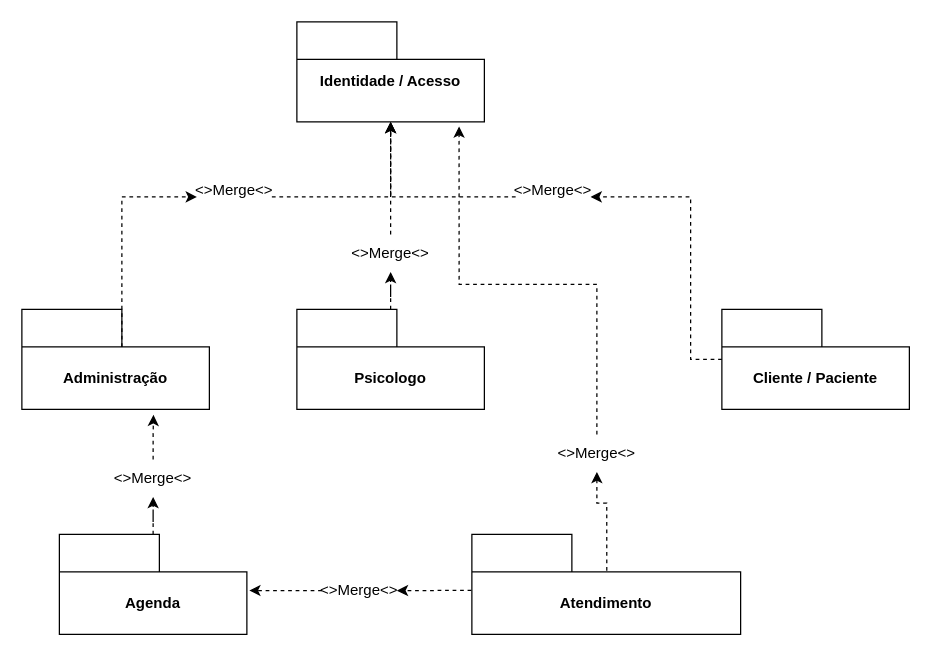
This is diagramasUnicos/diagramaDePacote.drawio from cauanpss/av3_AOO, a draw.io file, before an edit. Source tidied: cells renumbered, new cells numbered last; positions are measured from the earlier drawing's top-left corner, leaving out a move shared by most shapes. Both pictures are drawn from the tidied source at 125%, with x=0, y=0 at pixel (21, 21).
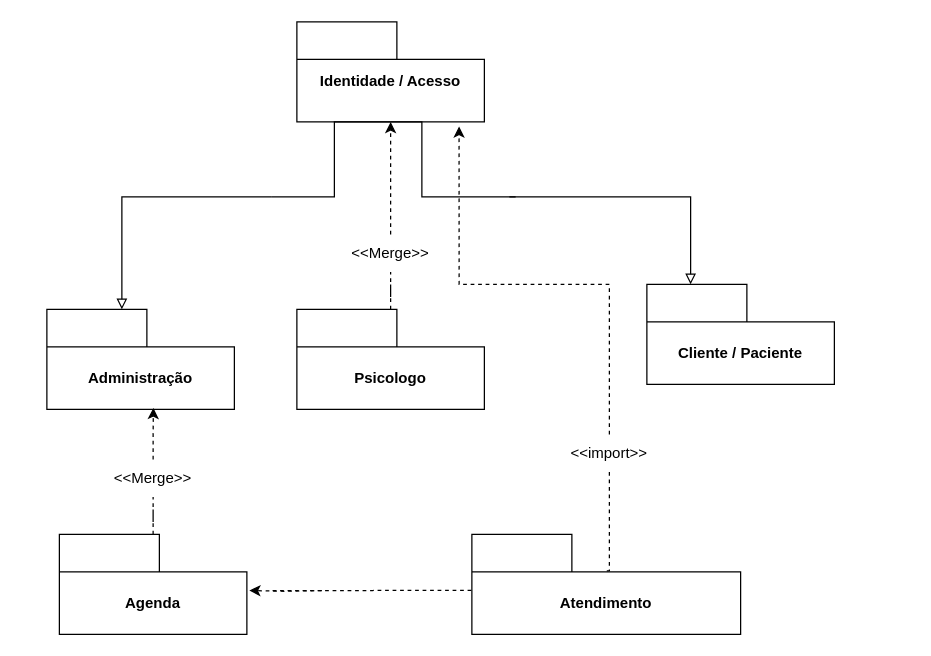
Above is the later version.

The change refers to these unchanged cells:
```xml
<mxCell id="2" value="Identidade / Acesso&lt;div&gt;&lt;br&gt;&lt;/div&gt;" style="shape=folder;fontStyle=1;tabWidth=80;tabHeight=30;tabPosition=left;html=1;boundedLbl=1;whiteSpace=wrap;" parent="1" vertex="1">
  <mxGeometry x="220" width="150" height="80" as="geometry" />
</mxCell>
<mxCell id="4" value="Psicologo" style="shape=folder;fontStyle=1;tabWidth=80;tabHeight=30;tabPosition=left;html=1;boundedLbl=1;whiteSpace=wrap;" parent="1" vertex="1">
  <mxGeometry x="220" y="230" width="150" height="80" as="geometry" />
</mxCell>
<mxCell id="8" value="Agenda" style="shape=folder;fontStyle=1;tabWidth=80;tabHeight=30;tabPosition=left;html=1;boundedLbl=1;whiteSpace=wrap;" parent="1" vertex="1">
  <mxGeometry x="30" y="410" width="150" height="80" as="geometry" />
</mxCell>
<mxCell id="10" value="Atendimento" style="shape=folder;fontStyle=1;tabWidth=80;tabHeight=30;tabPosition=left;html=1;boundedLbl=1;whiteSpace=wrap;" parent="1" vertex="1">
  <mxGeometry x="360" y="410" width="215" height="80" as="geometry" />
</mxCell>
```

Diff of the diagram source:
```diff
@@
-    <mxCell id="5" value="&amp;nbsp; " style="edgeStyle=orthogonalEdgeStyle;rounded=0;jettySize=auto;html=1;defaultLabelBackgroundColor=page;entryX=0.5;entryY=1;entryDx=0;entryDy=0;entryPerimeter=0;dashed=1;" parent="1" edge="1" source="15" target="2">
+    <mxCell id="5" value="&amp;nbsp; " style="edgeStyle=orthogonalEdgeStyle;rounded=0;jettySize=auto;html=1;defaultLabelBackgroundColor=page;entryX=0.5;entryY=1;entryDx=0;entryDy=0;entryPerimeter=0;endArrow=none;endFill=0;" parent="1" edge="1" target="2">
       <mxGeometry x="0.06" y="32" relative="1" as="geometry">
+        <mxPoint x="200" y="140" as="sourcePoint" />
         <Array as="points">
-          <mxPoint x="295" y="140" />
+          <mxPoint x="250" y="140" />
+          <mxPoint x="250" y="80" />
         </Array>
         <mxPoint x="-30" y="22" as="offset" />
       </mxGeometry>
     </mxCell>
     <mxCell id="6" value="Administração" style="shape=folder;fontStyle=1;tabWidth=80;tabHeight=30;tabPosition=left;html=1;boundedLbl=1;whiteSpace=wrap;" parent="1" vertex="1">
-      <mxGeometry y="230" width="150" height="80" as="geometry" />
+      <mxGeometry x="20" y="230" width="150" height="80" as="geometry" />
     </mxCell>
     <mxCell id="7" value="Cliente / Paciente" style="shape=folder;fontStyle=1;tabWidth=80;tabHeight=30;tabPosition=left;html=1;boundedLbl=1;whiteSpace=wrap;" parent="1" vertex="1">
-      <mxGeometry x="560" y="230" width="150" height="80" as="geometry" />
+      <mxGeometry x="500" y="210" width="150" height="80" as="geometry" />
     </mxCell>
@@
     <mxCell id="9" style="edgeStyle=orthogonalEdgeStyle;rounded=0;jettySize=auto;html=1;defaultLabelBackgroundColor=page;entryX=0.865;entryY=1.045;entryDx=0;entryDy=0;entryPerimeter=0;dashed=1;" parent="1" edge="1" source="19" target="2">
-      <mxGeometry x="0.11" relative="1" as="geometry">
+      <mxGeometry x="0.13" relative="1" as="geometry">
         <Array as="points">
-          <mxPoint x="460" y="210" />
+          <mxPoint x="470" y="210" />
           <mxPoint x="349.8" y="210" />
         </Array>
       </mxGeometry>
     </mxCell>
@@
-    <mxCell id="11" style="edgeStyle=orthogonalEdgeStyle;rounded=0;jettySize=auto;html=1;entryX=0.5;entryY=1;entryDx=0;entryDy=0;entryPerimeter=0;defaultLabelBackgroundColor=page;dashed=1;" parent="1" edge="1" source="13" target="2">
+    <mxCell id="11" style="edgeStyle=orthogonalEdgeStyle;rounded=0;jettySize=auto;html=1;entryX=0.5;entryY=1;entryDx=0;entryDy=0;entryPerimeter=0;defaultLabelBackgroundColor=page;endArrow=none;endFill=0;" parent="1" edge="1" target="2">
       <mxGeometry relative="1" as="geometry">
+        <mxPoint x="395" y="140" as="sourcePoint" />
         <Array as="points">
-          <mxPoint x="295" y="140" />
+          <mxPoint x="320" y="140" />
+          <mxPoint x="320" y="80" />
         </Array>
       </mxGeometry>
     </mxCell>
-    <mxCell id="12" value=" " style="edgeStyle=orthogonalEdgeStyle;rounded=0;jettySize=auto;html=1;defaultLabelBackgroundColor=page;dashed=1;" parent="1" edge="1" source="7" target="13">
-      <mxGeometry relative="1" as="geometry">
+    <mxCell id="12" value=" " style="edgeStyle=orthogonalEdgeStyle;rounded=0;orthogonalLoop=1;jettySize=auto;html=1;defaultLabelBackgroundColor=page;endArrow=none;endFill=0;startArrow=block;startFill=0;" parent="1" edge="1">
+      <mxGeometry x="-0.69" relative="1" as="geometry">
+        <mxPoint x="535" y="210" as="sourcePoint" />
+        <mxPoint x="390" y="140" as="targetPoint" />
         <Array as="points">
           <mxPoint x="535" y="140" />
         </Array>
       </mxGeometry>
     </mxCell>
-    <mxCell id="13" value="&amp;lt;&amp;gt;Merge&amp;lt;&amp;gt;" style="text;html=1;whiteSpace=wrap;strokeColor=none;fillColor=none;align=center;verticalAlign=middle;rounded=0;" parent="1" vertex="1">
-      <mxGeometry x="395" y="120" width="60" height="30" as="geometry" />
-    </mxCell>
-    <mxCell id="14" style="edgeStyle=orthogonalEdgeStyle;rounded=0;jettySize=auto;html=1;defaultLabelBackgroundColor=page;exitX=0;exitY=0;exitDx=80;exitDy=30;exitPerimeter=0;dashed=1;" parent="1" edge="1" source="6" target="15">
-      <mxGeometry x="0.06" y="32" relative="1" as="geometry">
+    <mxCell id="14" style="edgeStyle=orthogonalEdgeStyle;rounded=0;jettySize=auto;html=1;defaultLabelBackgroundColor=page;exitX=0.4;exitY=0;exitDx=0;exitDy=0;exitPerimeter=0;endArrow=none;endFill=0;startArrow=block;startFill=0;" parent="1" edge="1" source="6">
+      <mxGeometry x="-0.5" y="32" relative="1" as="geometry">
+        <mxPoint x="200" y="140" as="targetPoint" />
         <Array as="points">
           <mxPoint x="80" y="140" />
         </Array>
         <mxPoint x="-30" y="22" as="offset" />
       </mxGeometry>
     </mxCell>
-    <mxCell id="15" value="&amp;lt;&amp;gt;Merge&amp;lt;&amp;gt;" style="text;html=1;whiteSpace=wrap;strokeColor=none;fillColor=none;align=center;verticalAlign=middle;rounded=0;" parent="1" vertex="1">
-      <mxGeometry x="140" y="120" width="60" height="30" as="geometry" />
-    </mxCell>
-    <mxCell id="16" style="edgeStyle=orthogonalEdgeStyle;rounded=0;jettySize=auto;html=1;defaultLabelBackgroundColor=page;dashed=1;" parent="1" edge="1" source="4" target="17">
+    <mxCell id="16" style="edgeStyle=orthogonalEdgeStyle;rounded=0;jettySize=auto;html=1;defaultLabelBackgroundColor=page;dashed=1;endArrow=none;endFill=0;" parent="1" edge="1" source="4" target="17">
       <mxGeometry relative="1" as="geometry" />
     </mxCell>
-    <mxCell id="17" value="&amp;lt;&amp;gt;Merge&amp;lt;&amp;gt;" style="text;html=1;whiteSpace=wrap;strokeColor=none;fillColor=none;align=center;verticalAlign=middle;rounded=0;" parent="1" vertex="1">
+    <mxCell id="17" value="&amp;lt;&amp;lt;Merge&amp;gt;&amp;gt;" style="text;html=1;whiteSpace=wrap;strokeColor=none;fillColor=none;align=center;verticalAlign=middle;rounded=0;" parent="1" vertex="1">
       <mxGeometry x="265" y="170" width="60" height="30" as="geometry" />
     </mxCell>
-    <mxCell id="18" style="edgeStyle=orthogonalEdgeStyle;rounded=0;jettySize=auto;html=1;defaultLabelBackgroundColor=page;exitX=0.502;exitY=0.364;exitDx=0;exitDy=0;exitPerimeter=0;dashed=1;" parent="1" edge="1" source="10" target="19">
-      <mxGeometry x="0.11" relative="1" as="geometry" />
+    <mxCell id="18" style="edgeStyle=orthogonalEdgeStyle;rounded=0;jettySize=auto;html=1;defaultLabelBackgroundColor=page;exitX=0.502;exitY=0.364;exitDx=0;exitDy=0;exitPerimeter=0;dashed=1;endArrow=none;endFill=0;" parent="1" edge="1" source="10" target="19">
+      <mxGeometry x="0.11" relative="1" as="geometry">
+        <Array as="points">
+          <mxPoint x="470" y="439.1" />
+        </Array>
+      </mxGeometry>
     </mxCell>
-    <mxCell id="19" value="&amp;lt;&amp;gt;Merge&amp;lt;&amp;gt;" style="text;html=1;whiteSpace=wrap;strokeColor=none;fillColor=none;align=center;verticalAlign=middle;rounded=0;" parent="1" vertex="1">
-      <mxGeometry x="430" y="330" width="60" height="30" as="geometry" />
+    <mxCell id="19" value="&amp;lt;&amp;lt;import&amp;gt;&amp;gt;" style="text;html=1;whiteSpace=wrap;strokeColor=none;fillColor=none;align=center;verticalAlign=middle;rounded=0;" parent="1" vertex="1">
+      <mxGeometry x="440" y="330" width="60" height="30" as="geometry" />
     </mxCell>
-    <mxCell id="20" style="edgeStyle=orthogonalEdgeStyle;rounded=0;jettySize=auto;html=1;entryX=0.702;entryY=1.054;entryDx=0;entryDy=0;entryPerimeter=0;defaultLabelBackgroundColor=page;dashed=1;" parent="1" edge="1" source="22" target="6">
-      <mxGeometry relative="1" as="geometry" />
+    <mxCell id="20" style="edgeStyle=orthogonalEdgeStyle;rounded=0;jettySize=auto;html=1;entryX=0.568;entryY=0.985;entryDx=0;entryDy=0;entryPerimeter=0;defaultLabelBackgroundColor=page;dashed=1;" parent="1" edge="1" source="22" target="6">
+      <mxGeometry x="0.36" relative="1" as="geometry" />
     </mxCell>
-    <mxCell id="21" style="edgeStyle=orthogonalEdgeStyle;rounded=0;jettySize=auto;html=1;defaultLabelBackgroundColor=page;dashed=1;" parent="1" edge="1" source="8" target="22">
+    <mxCell id="21" style="edgeStyle=orthogonalEdgeStyle;rounded=0;jettySize=auto;html=1;defaultLabelBackgroundColor=page;dashed=1;endArrow=none;endFill=0;" parent="1" edge="1" source="8" target="22">
       <mxGeometry relative="1" as="geometry" />
     </mxCell>
-    <mxCell id="22" value="&amp;lt;&amp;gt;Merge&amp;lt;&amp;gt;" style="text;html=1;whiteSpace=wrap;strokeColor=none;fillColor=none;align=center;verticalAlign=middle;rounded=0;" parent="1" vertex="1">
+    <mxCell id="22" value="&amp;lt;&amp;lt;Merge&amp;gt;&amp;gt;" style="text;html=1;whiteSpace=wrap;strokeColor=none;fillColor=none;align=center;verticalAlign=middle;rounded=0;" parent="1" vertex="1">
       <mxGeometry x="75" y="350" width="60" height="30" as="geometry" />
     </mxCell>
-    <mxCell id="23" style="edgeStyle=orthogonalEdgeStyle;rounded=0;jettySize=auto;html=1;entryX=1.013;entryY=0.561;entryDx=0;entryDy=0;entryPerimeter=0;defaultLabelBackgroundColor=page;dashed=1;" parent="1" edge="1" source="25" target="8">
-      <mxGeometry relative="1" as="geometry" />
+    <mxCell id="23" style="edgeStyle=orthogonalEdgeStyle;rounded=0;jettySize=auto;html=1;entryX=1.013;entryY=0.561;entryDx=0;entryDy=0;entryPerimeter=0;defaultLabelBackgroundColor=page;dashed=1;" parent="1" edge="1" target="8">
+      <mxGeometry relative="1" as="geometry">
+        <mxPoint x="240" y="455" as="sourcePoint" />
+      </mxGeometry>
     </mxCell>
-    <mxCell id="24" style="edgeStyle=orthogonalEdgeStyle;rounded=0;jettySize=auto;html=1;defaultLabelBackgroundColor=page;dashed=1;exitX=-0.002;exitY=0.561;exitDx=0;exitDy=0;exitPerimeter=0;" parent="1" edge="1" source="10" target="25">
-      <mxGeometry relative="1" as="geometry" />
+    <mxCell id="24" style="edgeStyle=orthogonalEdgeStyle;rounded=0;jettySize=auto;html=1;defaultLabelBackgroundColor=page;dashed=1;exitX=-0.002;exitY=0.561;exitDx=0;exitDy=0;exitPerimeter=0;endArrow=none;endFill=0;" parent="1" edge="1" source="10">
+      <mxGeometry x="-0.62" relative="1" as="geometry">
+        <mxPoint x="200" y="455" as="targetPoint" />
+      </mxGeometry>
     </mxCell>
-    <mxCell id="25" value="&amp;lt;&amp;gt;Merge&amp;lt;&amp;gt;" style="text;html=1;whiteSpace=wrap;strokeColor=none;fillColor=none;align=center;verticalAlign=middle;rounded=0;" parent="1" vertex="1">
-      <mxGeometry x="240" y="440" width="60" height="30" as="geometry" />
-    </mxCell>
```
